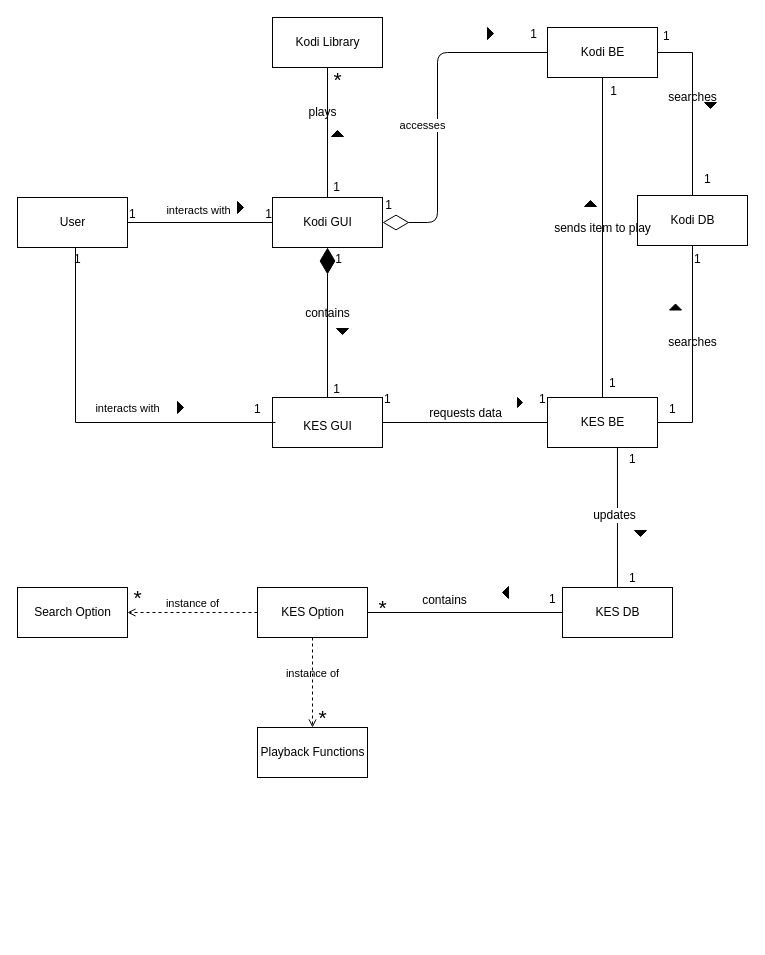
Earlier version of the draw.io diagram uml.drawio (dustinmcmahon/kodiAddon). Source tidied: cells renumbered, new cells numbered last; positions are measured from the earlier drawing's top-left corner, leaving out a move shared by most shapes. Both pictures are drawn from the tidied source at 100%, with x=0, y=0 at pixel (17, 17).
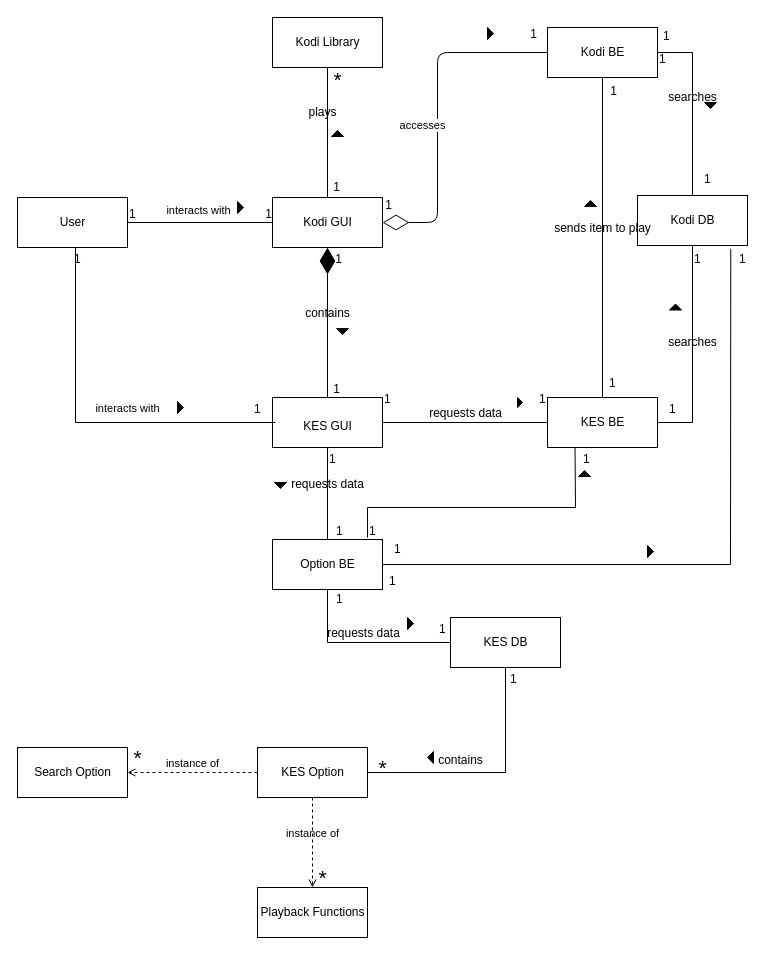
After the change.

Unchanged cells that the change refers to:
```xml
<mxCell id="10" value="&lt;font style=&quot;font-size: 12px;&quot;&gt;KES GUI&lt;/font&gt;" style="html=1;fontSize=21;" parent="1" vertex="1">
  <mxGeometry x="255" y="380" width="110" height="50" as="geometry" />
</mxCell>
<mxCell id="17" value="KES BE" style="html=1;" parent="1" vertex="1">
  <mxGeometry x="530" y="380" width="110" height="50" as="geometry" />
</mxCell>
<mxCell id="19" value="Kodi DB" style="html=1;" parent="1" vertex="1">
  <mxGeometry x="620" y="178" width="110" height="50" as="geometry" />
</mxCell>
```

Diff of the diagram source:
```diff
@@
     <mxCell id="11" value="KES Option" style="html=1;fontSize=12;" parent="1" vertex="1">
-      <mxGeometry x="240" y="570" width="110" height="50" as="geometry" />
+      <mxGeometry x="240" y="730" width="110" height="50" as="geometry" />
     </mxCell>
@@
     <mxCell id="18" value="KES DB" style="html=1;" parent="1" vertex="1">
-      <mxGeometry x="545" y="570" width="110" height="50" as="geometry" />
+      <mxGeometry x="433" y="600" width="110" height="50" as="geometry" />
     </mxCell>
@@
     <mxCell id="23" value="requests data" style="endArrow=none;html=1;rounded=0;align=center;verticalAlign=bottom;labelBackgroundColor=none;fontSize=12;exitX=1;exitY=0.5;exitDx=0;exitDy=0;entryX=0;entryY=0.5;entryDx=0;entryDy=0;" parent="1" edge="1" source="10" target="17">
-      <mxGeometry relative="1" as="geometry" />
+      <mxGeometry x="0.01" relative="1" as="geometry" />
     </mxCell>
@@
-    <mxCell id="36" style="triangle;fillColor=strokeColor;fontSize=12;rotation=90;" parent="1" vertex="1">
-      <mxGeometry x="620" y="510" width="6" height="12" as="geometry" />
+    <mxCell id="36" style="triangle;fillColor=strokeColor;fontSize=12;rotation=-90;" parent="1" vertex="1">
+      <mxGeometry x="564" y="450" width="6" height="12" as="geometry" />
     </mxCell>
-    <mxCell id="37" style="endArrow=none;html=1;rounded=0;align=center;verticalAlign=bottom;labelBackgroundColor=none;fontSize=12;exitX=1;exitY=0.5;exitDx=0;exitDy=0;entryX=0;entryY=0.5;entryDx=0;entryDy=0;" parent="1" edge="1" source="11" target="18">
-      <mxGeometry relative="1" as="geometry" />
+    <mxCell id="37" style="endArrow=none;html=1;rounded=0;align=center;verticalAlign=bottom;labelBackgroundColor=none;fontSize=12;exitX=1;exitY=0.5;exitDx=0;exitDy=0;entryX=0.5;entryY=1;entryDx=0;entryDy=0;" parent="1" edge="1" source="11" target="18">
+      <mxGeometry relative="1" as="geometry">
+        <Array as="points">
+          <mxPoint x="488" y="755" />
+        </Array>
+      </mxGeometry>
     </mxCell>
@@
     <mxCell id="39" value="*" style="text;html=1;align=center;verticalAlign=middle;strokeColor=none;fillColor=none;fontSize=21;" parent="1" vertex="1">
-      <mxGeometry x="350" y="570" width="30" height="40" as="geometry" />
+      <mxGeometry x="350" y="730" width="30" height="40" as="geometry" />
     </mxCell>
-    <mxCell id="40" style="endArrow=none;html=1;rounded=0;align=center;verticalAlign=bottom;labelBackgroundColor=none;fontSize=12;exitX=0.636;exitY=1;exitDx=0;exitDy=0;exitPerimeter=0;" parent="1" edge="1" source="17" target="18">
-      <mxGeometry relative="1" as="geometry" />
-    </mxCell>
-    <mxCell id="41" value="updates" style="edgeLabel;html=1;align=center;verticalAlign=middle;fontSize=12;" parent="40" vertex="1">
-      <mxGeometry x="-0.05" y="-3" relative="1" as="geometry" />
-    </mxCell>
     <mxCell id="42" value="Search Option" style="html=1;fontSize=12;" parent="1" vertex="1">
-      <mxGeometry y="570" width="110" height="50" as="geometry" />
+      <mxGeometry y="730" width="110" height="50" as="geometry" />
     </mxCell>
     <mxCell id="43" value="Playback Functions" style="html=1;fontSize=12;" parent="1" vertex="1">
-      <mxGeometry x="240" y="710" width="110" height="50" as="geometry" />
+      <mxGeometry x="240" y="870" width="110" height="50" as="geometry" />
     </mxCell>
     <mxCell id="44" value="*" style="text;html=1;align=center;verticalAlign=middle;strokeColor=none;fillColor=none;fontSize=21;" parent="1" vertex="1">
-      <mxGeometry x="290" y="680" width="30" height="40" as="geometry" />
+      <mxGeometry x="290" y="840" width="30" height="40" as="geometry" />
     </mxCell>
     <mxCell id="45" value="*" style="text;html=1;align=center;verticalAlign=middle;strokeColor=none;fillColor=none;fontSize=21;" parent="1" vertex="1">
-      <mxGeometry x="105" y="560" width="30" height="40" as="geometry" />
+      <mxGeometry x="105" y="720" width="30" height="40" as="geometry" />
     </mxCell>
+    <mxCell id="47" value="instance of" style="html=1;verticalAlign=bottom;labelBackgroundColor=none;endArrow=open;endFill=0;dashed=1;exitX=0;exitY=0.5;exitDx=0;exitDy=0;" parent="1" edge="1" source="11" target="42">
+      <mxGeometry relative="1" as="geometry" />
+    </mxCell>
     <mxCell id="46" style="triangle;fillColor=strokeColor;fontSize=12;rotation=-180;" parent="1" vertex="1">
-      <mxGeometry x="485" y="569" width="6" height="12" as="geometry" />
+      <mxGeometry x="410" y="734" width="6" height="12" as="geometry" />
     </mxCell>
-    <mxCell id="47" value="instance of" style="html=1;verticalAlign=bottom;labelBackgroundColor=none;endArrow=open;endFill=0;dashed=1;exitX=0;exitY=0.5;exitDx=0;exitDy=0;" parent="1" edge="1" source="11" target="42">
-      <mxGeometry relative="1" as="geometry" />
-    </mxCell>
@@
     <mxCell id="57" value="1" style="html=1;align=left;verticalAlign=bottom;labelBackgroundColor=none;" parent="1" vertex="1">
-      <mxGeometry x="610" y="450" as="geometry" />
+      <mxGeometry x="564" y="450" as="geometry" />
     </mxCell>
     <mxCell id="58" value="1" style="html=1;align=left;verticalAlign=bottom;labelBackgroundColor=none;" parent="1" vertex="1">
-      <mxGeometry x="610" y="569" as="geometry" />
+      <mxGeometry x="370" y="572" as="geometry" />
     </mxCell>
     <mxCell id="59" value="1" style="html=1;align=left;verticalAlign=bottom;labelBackgroundColor=none;" parent="1" vertex="1">
-      <mxGeometry x="530" y="590" as="geometry" />
+      <mxGeometry x="491" y="670" as="geometry" />
     </mxCell>
@@
+    <mxCell id="63" value="Option BE" style="html=1;" parent="1" vertex="1">
+      <mxGeometry x="255" y="522" width="110" height="50" as="geometry" />
+    </mxCell>
+    <mxCell id="64" value="requests data" style="endArrow=none;html=1;rounded=0;align=center;verticalAlign=bottom;labelBackgroundColor=none;fontSize=12;exitX=0.5;exitY=1;exitDx=0;exitDy=0;entryX=0.5;entryY=0;entryDx=0;entryDy=0;" parent="1" edge="1" source="10" target="63">
+      <mxGeometry x="0.01" relative="1" as="geometry" />
+    </mxCell>
+    <mxCell id="65" value="requests data" style="endArrow=none;html=1;rounded=0;align=center;verticalAlign=bottom;labelBackgroundColor=none;fontSize=12;exitX=0.5;exitY=1;exitDx=0;exitDy=0;entryX=0;entryY=0.5;entryDx=0;entryDy=0;" parent="1" edge="1" source="63" target="18">
+      <mxGeometry x="0.01" relative="1" as="geometry">
+        <Array as="points">
+          <mxPoint x="310" y="625" />
+        </Array>
+      </mxGeometry>
+    </mxCell>
+    <mxCell id="66" style="endArrow=none;html=1;rounded=0;align=center;verticalAlign=bottom;labelBackgroundColor=none;fontSize=12;exitX=0.864;exitY=-0.04;exitDx=0;exitDy=0;entryX=0.25;entryY=1;entryDx=0;entryDy=0;exitPerimeter=0;" parent="1" edge="1" source="63" target="17">
+      <mxGeometry x="0.01" relative="1" as="geometry">
+        <Array as="points">
+          <mxPoint x="350" y="490" />
+          <mxPoint x="558" y="490" />
+        </Array>
+      </mxGeometry>
+    </mxCell>
+    <mxCell id="67" style="endArrow=none;html=1;rounded=0;align=center;verticalAlign=bottom;labelBackgroundColor=none;fontSize=12;exitX=1;exitY=0.5;exitDx=0;exitDy=0;entryX=0.848;entryY=1.068;entryDx=0;entryDy=0;entryPerimeter=0;" parent="1" edge="1" source="63" target="19">
+      <mxGeometry x="0.01" relative="1" as="geometry">
+        <Array as="points">
+          <mxPoint x="713" y="547" />
+        </Array>
+      </mxGeometry>
+    </mxCell>
+    <mxCell id="68" value="1" style="html=1;align=left;verticalAlign=bottom;labelBackgroundColor=none;" parent="1" vertex="1">
+      <mxGeometry x="375" y="540" as="geometry" />
+    </mxCell>
+    <mxCell id="69" value="1" style="html=1;align=left;verticalAlign=bottom;labelBackgroundColor=none;" parent="1" vertex="1">
+      <mxGeometry x="317" y="590" as="geometry" />
+    </mxCell>
+    <mxCell id="70" value="1" style="html=1;align=left;verticalAlign=bottom;labelBackgroundColor=none;" parent="1" vertex="1">
+      <mxGeometry x="640" y="50" as="geometry" />
+    </mxCell>
+    <mxCell id="71" value="1" style="html=1;align=left;verticalAlign=bottom;labelBackgroundColor=none;" parent="1" vertex="1">
+      <mxGeometry x="420" y="620" as="geometry" />
+    </mxCell>
+    <mxCell id="72" value="1" style="html=1;align=left;verticalAlign=bottom;labelBackgroundColor=none;" parent="1" vertex="1">
+      <mxGeometry x="310" y="450" as="geometry" />
+    </mxCell>
+    <mxCell id="73" value="1" style="html=1;align=left;verticalAlign=bottom;labelBackgroundColor=none;" parent="1" vertex="1">
+      <mxGeometry x="350" y="522" as="geometry" />
+    </mxCell>
+    <mxCell id="74" value="1" style="html=1;align=left;verticalAlign=bottom;labelBackgroundColor=none;" parent="1" vertex="1">
+      <mxGeometry x="317" y="522" as="geometry" />
+    </mxCell>
+    <mxCell id="75" value="1" style="html=1;align=left;verticalAlign=bottom;labelBackgroundColor=none;" parent="1" vertex="1">
+      <mxGeometry x="720" y="250" as="geometry" />
+    </mxCell>
+    <mxCell id="76" style="triangle;fillColor=strokeColor;fontSize=12;rotation=0;" parent="1" vertex="1">
+      <mxGeometry x="390" y="600" width="6" height="12" as="geometry" />
+    </mxCell>
+    <mxCell id="77" style="triangle;fillColor=strokeColor;fontSize=12;rotation=0;" parent="1" vertex="1">
+      <mxGeometry x="630" y="528" width="6" height="12" as="geometry" />
+    </mxCell>
+    <mxCell id="78" style="triangle;fillColor=strokeColor;fontSize=12;rotation=90;" parent="1" vertex="1">
+      <mxGeometry x="260" y="462" width="6" height="12" as="geometry" />
+    </mxCell>
```
